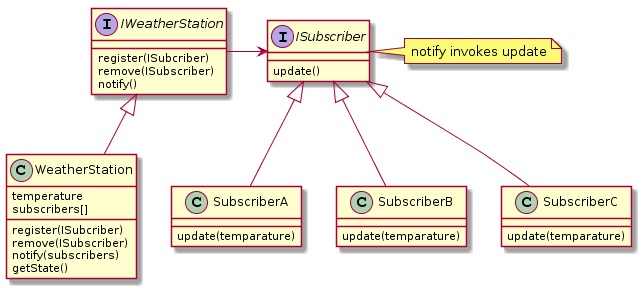
The PlantUML diagram observerpattern.png in swaminathanj/CompetitiveProgramming, before a commit. Its diagram source:
```plantuml
@startuml
interface IWeatherStation {
   register(ISubcriber)
   remove(ISubscriber)
   notify()
}

class WeatherStation {
   temperature
   subscribers[]
   register(ISubcriber)
   remove(ISubscriber)
   notify(subscribers)
   getState()
}
IWeatherStation <|-- WeatherStation

interface ISubscriber {
   update()
}
note right : notify invokes update

IWeatherStation -right-> ISubscriber

class SubscriberC {
   update(temparature)
}

class SubscriberA {
   update(temparature)
}

class SubscriberB {
   update(temparature)
}

ISubscriber <|-- SubscriberA
ISubscriber <|-- SubscriberB
ISubscriber <|-- SubscriberC
@enduml
```
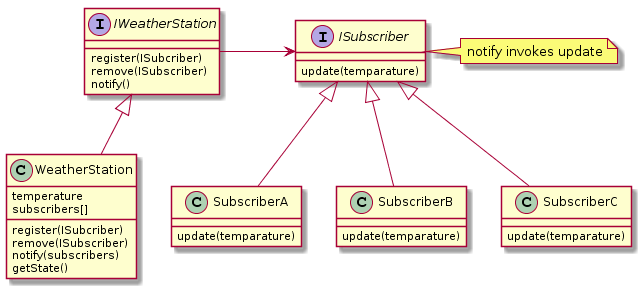
After the commit.

The edit, as a diff of the source:
```diff
@@ -16,7 +16,7 @@
 IWeatherStation <|-- WeatherStation
 
 interface ISubscriber {
-   update()
+   update(temparature)
 }
 note right : notify invokes update
 
```
